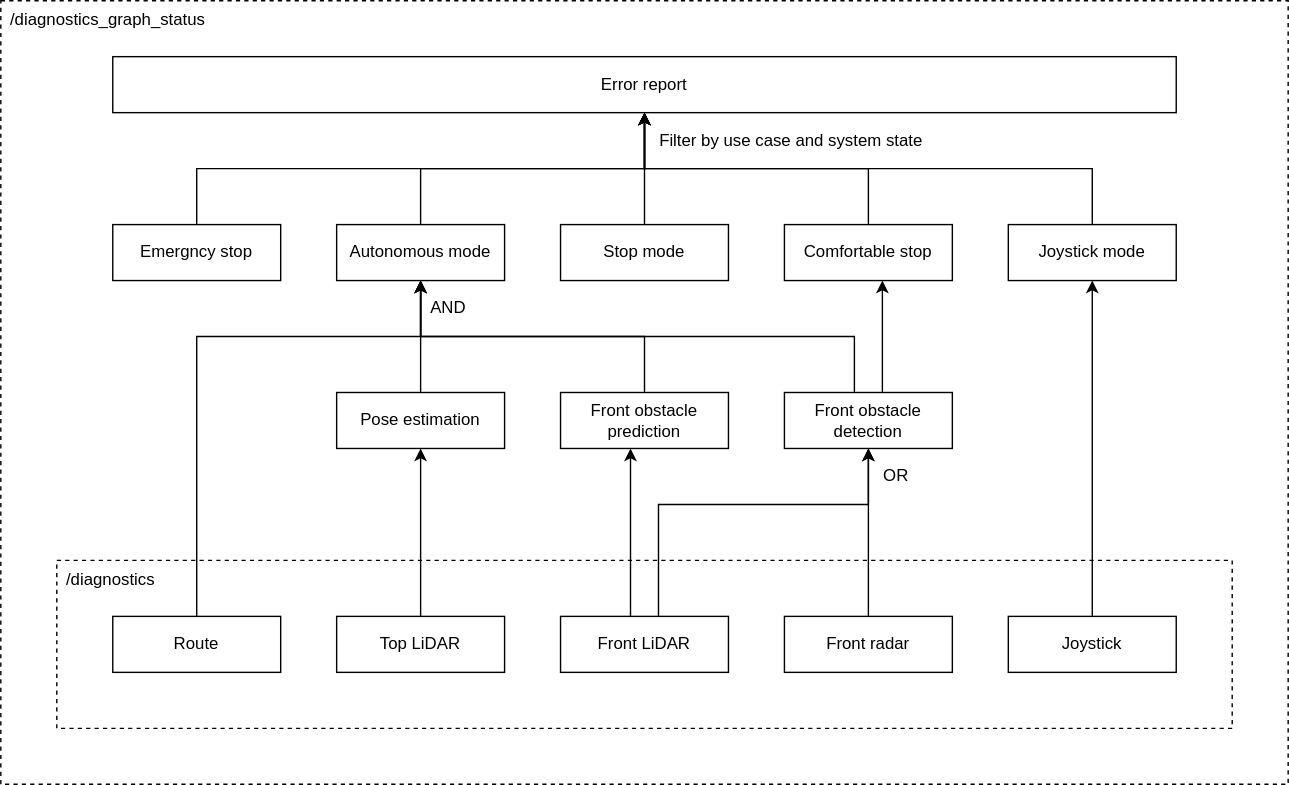
The draw.io diagram main/system/system_diagnostic_graph/doc/overview.drawio.svg in airacingtech/autoware.universe, before a commit. Source tidied: cells renumbered, new cells last; positions are measured from the earlier drawing's top-left corner, leaving out a move shared by most shapes. Its diagram source:
```xml
<mxGraphModel>
  <root>
    <mxCell id="0" />
    <mxCell id="1" parent="0" />
    <mxCell id="2" value="/diagnostics_graph_status" style="rounded=0;whiteSpace=wrap;html=1;align=left;verticalAlign=top;spacingLeft=5;dashed=1;" parent="1" vertex="1">
      <mxGeometry width="920" height="560" as="geometry" />
    </mxCell>
    <mxCell id="3" value="/diagnostics" style="rounded=0;whiteSpace=wrap;html=1;align=left;verticalAlign=top;spacingLeft=5;dashed=1;" parent="1" vertex="1">
      <mxGeometry x="40" y="400" width="840" height="120" as="geometry" />
    </mxCell>
    <mxCell id="4" style="edgeStyle=orthogonalEdgeStyle;rounded=0;jettySize=auto;html=1;" parent="1" edge="1" source="5" target="13">
      <mxGeometry relative="1" as="geometry">
        <Array as="points">
          <mxPoint x="300" y="390" />
          <mxPoint x="300" y="390" />
        </Array>
      </mxGeometry>
    </mxCell>
    <mxCell id="5" value="Top LiDAR" style="rounded=0;whiteSpace=wrap;html=1;" parent="1" vertex="1">
      <mxGeometry x="240" y="440" width="120" height="40" as="geometry" />
    </mxCell>
    <mxCell id="6" style="edgeStyle=orthogonalEdgeStyle;rounded=0;jettySize=auto;html=1;" parent="1" edge="1" source="8" target="11">
      <mxGeometry relative="1" as="geometry">
        <Array as="points">
          <mxPoint x="470" y="360" />
          <mxPoint x="620" y="360" />
        </Array>
      </mxGeometry>
    </mxCell>
    <mxCell id="7" style="edgeStyle=orthogonalEdgeStyle;rounded=0;jettySize=auto;html=1;" parent="1" edge="1" source="8" target="36">
      <mxGeometry relative="1" as="geometry">
        <Array as="points">
          <mxPoint x="450" y="360" />
          <mxPoint x="450" y="360" />
        </Array>
      </mxGeometry>
    </mxCell>
    <mxCell id="8" value="Front LiDAR" style="rounded=0;whiteSpace=wrap;html=1;" parent="1" vertex="1">
      <mxGeometry x="400" y="440" width="120" height="40" as="geometry" />
    </mxCell>
    <mxCell id="9" style="edgeStyle=orthogonalEdgeStyle;rounded=0;jettySize=auto;html=1;" parent="1" edge="1" source="11" target="15">
      <mxGeometry relative="1" as="geometry">
        <Array as="points">
          <mxPoint x="610" y="240" />
          <mxPoint x="300" y="240" />
        </Array>
      </mxGeometry>
    </mxCell>
    <mxCell id="10" style="edgeStyle=orthogonalEdgeStyle;rounded=0;jettySize=auto;html=1;" parent="1" edge="1" source="11" target="17">
      <mxGeometry relative="1" as="geometry">
        <Array as="points">
          <mxPoint x="630" y="240" />
          <mxPoint x="630" y="240" />
        </Array>
      </mxGeometry>
    </mxCell>
    <mxCell id="11" value="Front obstacle detection" style="rounded=0;whiteSpace=wrap;html=1;" parent="1" vertex="1">
      <mxGeometry x="560" y="280" width="120" height="40" as="geometry" />
    </mxCell>
    <mxCell id="12" style="edgeStyle=orthogonalEdgeStyle;rounded=0;jettySize=auto;html=1;" parent="1" edge="1" source="13" target="15">
      <mxGeometry relative="1" as="geometry">
        <Array as="points">
          <mxPoint x="300" y="220" />
          <mxPoint x="300" y="220" />
        </Array>
      </mxGeometry>
    </mxCell>
    <mxCell id="13" value="Pose estimation" style="rounded=0;whiteSpace=wrap;html=1;" parent="1" vertex="1">
      <mxGeometry x="240" y="280" width="120" height="40" as="geometry" />
    </mxCell>
    <mxCell id="14" style="edgeStyle=orthogonalEdgeStyle;rounded=0;jettySize=auto;html=1;" parent="1" edge="1" source="15" target="31">
      <mxGeometry relative="1" as="geometry" />
    </mxCell>
    <mxCell id="15" value="Autonomous mode" style="rounded=0;whiteSpace=wrap;html=1;" parent="1" vertex="1">
      <mxGeometry x="240" y="160" width="120" height="40" as="geometry" />
    </mxCell>
    <mxCell id="16" style="edgeStyle=orthogonalEdgeStyle;rounded=0;jettySize=auto;html=1;" parent="1" edge="1" source="17" target="31">
      <mxGeometry relative="1" as="geometry" />
    </mxCell>
    <mxCell id="17" value="Comfortable stop" style="rounded=0;whiteSpace=wrap;html=1;" parent="1" vertex="1">
      <mxGeometry x="560" y="160" width="120" height="40" as="geometry" />
    </mxCell>
    <mxCell id="18" style="edgeStyle=orthogonalEdgeStyle;rounded=0;jettySize=auto;html=1;" parent="1" edge="1" source="19" target="31">
      <mxGeometry relative="1" as="geometry" />
    </mxCell>
    <mxCell id="19" value="Emergncy stop" style="rounded=0;whiteSpace=wrap;html=1;" parent="1" vertex="1">
      <mxGeometry x="80" y="160" width="120" height="40" as="geometry" />
    </mxCell>
    <mxCell id="20" style="edgeStyle=orthogonalEdgeStyle;rounded=0;jettySize=auto;html=1;" parent="1" edge="1" source="21" target="15">
      <mxGeometry relative="1" as="geometry">
        <Array as="points">
          <mxPoint x="140" y="240" />
          <mxPoint x="300" y="240" />
        </Array>
      </mxGeometry>
    </mxCell>
    <mxCell id="21" value="Route" style="rounded=0;whiteSpace=wrap;html=1;" parent="1" vertex="1">
      <mxGeometry x="80" y="440" width="120" height="40" as="geometry" />
    </mxCell>
    <mxCell id="22" style="edgeStyle=orthogonalEdgeStyle;rounded=0;jettySize=auto;html=1;" parent="1" edge="1" source="23" target="31">
      <mxGeometry relative="1" as="geometry" />
    </mxCell>
    <mxCell id="23" value="Joystick mode" style="rounded=0;whiteSpace=wrap;html=1;" parent="1" vertex="1">
      <mxGeometry x="720" y="160" width="120" height="40" as="geometry" />
    </mxCell>
    <mxCell id="24" style="edgeStyle=orthogonalEdgeStyle;rounded=0;jettySize=auto;html=1;" parent="1" edge="1" source="25" target="23">
      <mxGeometry relative="1" as="geometry" />
    </mxCell>
    <mxCell id="25" value="Joystick" style="rounded=0;whiteSpace=wrap;html=1;" parent="1" vertex="1">
      <mxGeometry x="720" y="440" width="120" height="40" as="geometry" />
    </mxCell>
    <mxCell id="26" value="AND" style="text;html=1;strokeColor=none;fillColor=none;align=center;verticalAlign=middle;whiteSpace=wrap;rounded=0;" parent="1" vertex="1">
      <mxGeometry x="300" y="210" width="40" height="20" as="geometry" />
    </mxCell>
    <mxCell id="27" style="edgeStyle=orthogonalEdgeStyle;rounded=0;jettySize=auto;html=1;strokeColor=none;" parent="1" edge="1" target="15">
      <mxGeometry relative="1" as="geometry">
        <mxPoint x="300" y="70" as="sourcePoint" />
        <Array as="points">
          <mxPoint x="300" y="100" />
          <mxPoint x="300" y="100" />
        </Array>
      </mxGeometry>
    </mxCell>
    <mxCell id="28" value="Filter by use case and system state" style="text;html=1;strokeColor=none;fillColor=none;align=center;verticalAlign=middle;whiteSpace=wrap;rounded=0;" parent="1" vertex="1">
      <mxGeometry x="460" y="90" width="210" height="20" as="geometry" />
    </mxCell>
    <mxCell id="29" style="edgeStyle=orthogonalEdgeStyle;rounded=0;jettySize=auto;html=1;" parent="1" edge="1" source="30" target="31">
      <mxGeometry relative="1" as="geometry" />
    </mxCell>
    <mxCell id="30" value="Stop mode" style="rounded=0;whiteSpace=wrap;html=1;" parent="1" vertex="1">
      <mxGeometry x="400" y="160" width="120" height="40" as="geometry" />
    </mxCell>
    <mxCell id="31" value="Error report" style="rounded=0;whiteSpace=wrap;html=1;" parent="1" vertex="1">
      <mxGeometry x="80" y="40" width="760" height="40" as="geometry" />
    </mxCell>
    <mxCell id="32" style="edgeStyle=orthogonalEdgeStyle;rounded=0;jettySize=auto;html=1;" parent="1" edge="1" source="33" target="11">
      <mxGeometry relative="1" as="geometry">
        <Array as="points">
          <mxPoint x="620" y="330" />
          <mxPoint x="620" y="330" />
        </Array>
      </mxGeometry>
    </mxCell>
    <mxCell id="33" value="Front&amp;nbsp;radar" style="rounded=0;whiteSpace=wrap;html=1;" parent="1" vertex="1">
      <mxGeometry x="560" y="440" width="120" height="40" as="geometry" />
    </mxCell>
    <mxCell id="34" value="OR" style="text;html=1;strokeColor=none;fillColor=none;align=center;verticalAlign=middle;whiteSpace=wrap;rounded=0;" parent="1" vertex="1">
      <mxGeometry x="620" y="330" width="40" height="20" as="geometry" />
    </mxCell>
    <mxCell id="35" style="edgeStyle=orthogonalEdgeStyle;rounded=0;jettySize=auto;html=1;" parent="1" edge="1" source="36" target="15">
      <mxGeometry relative="1" as="geometry">
        <Array as="points">
          <mxPoint x="460" y="240" />
          <mxPoint x="300" y="240" />
        </Array>
      </mxGeometry>
    </mxCell>
    <mxCell id="36" value="Front obstacle prediction" style="rounded=0;whiteSpace=wrap;html=1;" parent="1" vertex="1">
      <mxGeometry x="400" y="280" width="120" height="40" as="geometry" />
    </mxCell>
  </root>
</mxGraphModel>
```
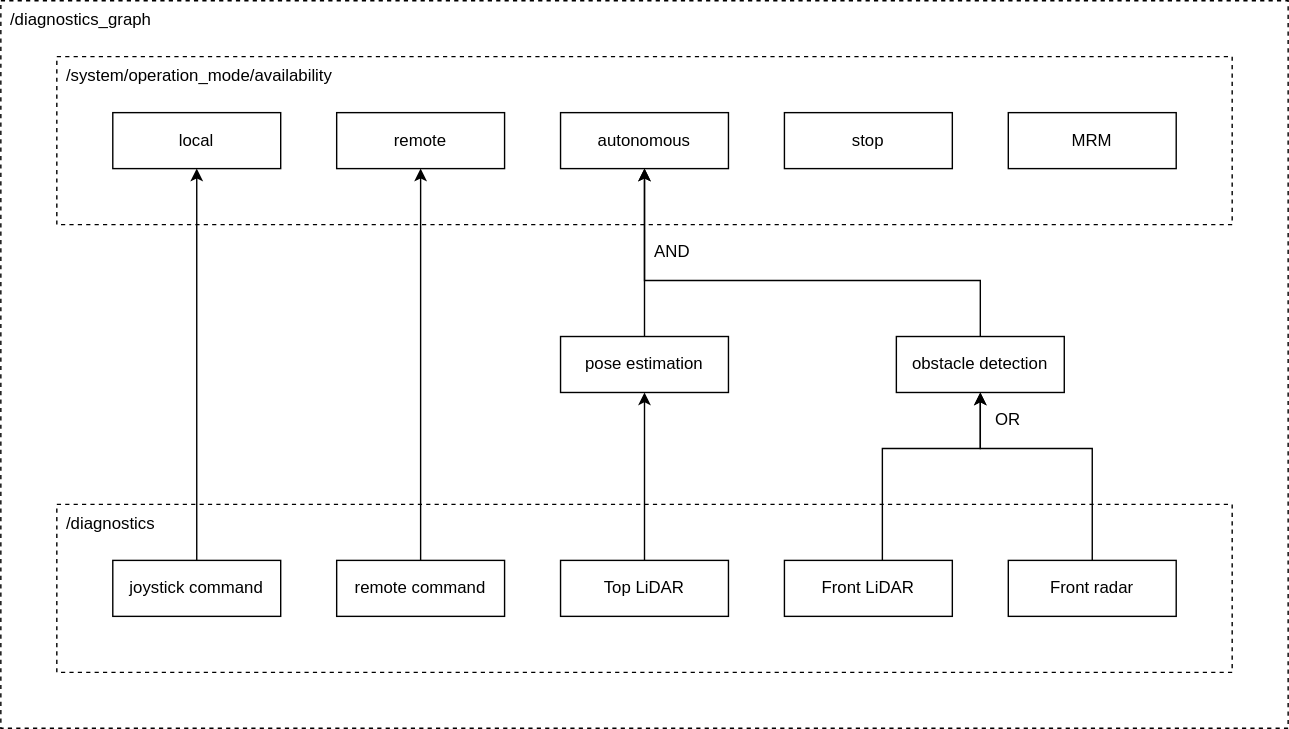
After the change.

Change to the diagram source:
```diff
@@ -2,161 +2,111 @@
   <root>
     <mxCell id="0" />
     <mxCell id="1" parent="0" />
-    <mxCell id="2" value="/diagnostics_graph_status" style="rounded=0;whiteSpace=wrap;html=1;align=left;verticalAlign=top;spacingLeft=5;dashed=1;" parent="1" vertex="1">
-      <mxGeometry width="920" height="560" as="geometry" />
+    <mxCell id="2" value="/diagnostics_graph" style="rounded=0;whiteSpace=wrap;html=1;align=left;verticalAlign=top;spacingLeft=5;dashed=1;" parent="1" vertex="1">
+      <mxGeometry width="920" height="520" as="geometry" />
     </mxCell>
+    <mxCell id="37" value="/system/operation_mode/availability" style="rounded=0;whiteSpace=wrap;html=1;align=left;verticalAlign=top;spacingLeft=5;dashed=1;" parent="1" vertex="1">
+      <mxGeometry x="40" y="40" width="840" height="120" as="geometry" />
+    </mxCell>
     <mxCell id="3" value="/diagnostics" style="rounded=0;whiteSpace=wrap;html=1;align=left;verticalAlign=top;spacingLeft=5;dashed=1;" parent="1" vertex="1">
-      <mxGeometry x="40" y="400" width="840" height="120" as="geometry" />
+      <mxGeometry x="40" y="360" width="840" height="120" as="geometry" />
     </mxCell>
     <mxCell id="4" style="edgeStyle=orthogonalEdgeStyle;rounded=0;jettySize=auto;html=1;" parent="1" edge="1" source="5" target="13">
       <mxGeometry relative="1" as="geometry">
         <Array as="points">
-          <mxPoint x="300" y="390" />
-          <mxPoint x="300" y="390" />
+          <mxPoint x="460" y="340" />
+          <mxPoint x="460" y="340" />
         </Array>
       </mxGeometry>
     </mxCell>
     <mxCell id="5" value="Top LiDAR" style="rounded=0;whiteSpace=wrap;html=1;" parent="1" vertex="1">
-      <mxGeometry x="240" y="440" width="120" height="40" as="geometry" />
+      <mxGeometry x="400" y="400" width="120" height="40" as="geometry" />
     </mxCell>
     <mxCell id="6" style="edgeStyle=orthogonalEdgeStyle;rounded=0;jettySize=auto;html=1;" parent="1" edge="1" source="8" target="11">
       <mxGeometry relative="1" as="geometry">
         <Array as="points">
-          <mxPoint x="470" y="360" />
-          <mxPoint x="620" y="360" />
+          <mxPoint x="630" y="320" />
+          <mxPoint x="700" y="320" />
         </Array>
       </mxGeometry>
     </mxCell>
-    <mxCell id="7" style="edgeStyle=orthogonalEdgeStyle;rounded=0;jettySize=auto;html=1;" parent="1" edge="1" source="8" target="36">
-      <mxGeometry relative="1" as="geometry">
-        <Array as="points">
-          <mxPoint x="450" y="360" />
-          <mxPoint x="450" y="360" />
-        </Array>
-      </mxGeometry>
-    </mxCell>
     <mxCell id="8" value="Front LiDAR" style="rounded=0;whiteSpace=wrap;html=1;" parent="1" vertex="1">
-      <mxGeometry x="400" y="440" width="120" height="40" as="geometry" />
+      <mxGeometry x="560" y="400" width="120" height="40" as="geometry" />
     </mxCell>
     <mxCell id="9" style="edgeStyle=orthogonalEdgeStyle;rounded=0;jettySize=auto;html=1;" parent="1" edge="1" source="11" target="15">
       <mxGeometry relative="1" as="geometry">
         <Array as="points">
-          <mxPoint x="610" y="240" />
-          <mxPoint x="300" y="240" />
+          <mxPoint x="700" y="200" />
+          <mxPoint x="460" y="200" />
         </Array>
       </mxGeometry>
     </mxCell>
-    <mxCell id="10" style="edgeStyle=orthogonalEdgeStyle;rounded=0;jettySize=auto;html=1;" parent="1" edge="1" source="11" target="17">
-      <mxGeometry relative="1" as="geometry">
-        <Array as="points">
-          <mxPoint x="630" y="240" />
-          <mxPoint x="630" y="240" />
-        </Array>
-      </mxGeometry>
-    </mxCell>
-    <mxCell id="11" value="Front obstacle detection" style="rounded=0;whiteSpace=wrap;html=1;" parent="1" vertex="1">
-      <mxGeometry x="560" y="280" width="120" height="40" as="geometry" />
+    <mxCell id="11" value="obstacle detection" style="rounded=0;whiteSpace=wrap;html=1;" parent="1" vertex="1">
+      <mxGeometry x="640" y="240" width="120" height="40" as="geometry" />
     </mxCell>
     <mxCell id="12" style="edgeStyle=orthogonalEdgeStyle;rounded=0;jettySize=auto;html=1;" parent="1" edge="1" source="13" target="15">
       <mxGeometry relative="1" as="geometry">
         <Array as="points">
-          <mxPoint x="300" y="220" />
-          <mxPoint x="300" y="220" />
+          <mxPoint x="460" y="160" />
+          <mxPoint x="460" y="160" />
         </Array>
       </mxGeometry>
     </mxCell>
-    <mxCell id="13" value="Pose estimation" style="rounded=0;whiteSpace=wrap;html=1;" parent="1" vertex="1">
-      <mxGeometry x="240" y="280" width="120" height="40" as="geometry" />
+    <mxCell id="13" value="pose estimation" style="rounded=0;whiteSpace=wrap;html=1;" parent="1" vertex="1">
+      <mxGeometry x="400" y="240" width="120" height="40" as="geometry" />
     </mxCell>
-    <mxCell id="14" style="edgeStyle=orthogonalEdgeStyle;rounded=0;jettySize=auto;html=1;" parent="1" edge="1" source="15" target="31">
-      <mxGeometry relative="1" as="geometry" />
-    </mxCell>
-    <mxCell id="15" value="Autonomous mode" style="rounded=0;whiteSpace=wrap;html=1;" parent="1" vertex="1">
-      <mxGeometry x="240" y="160" width="120" height="40" as="geometry" />
+    <mxCell id="15" value="autonomous" style="rounded=0;whiteSpace=wrap;html=1;" parent="1" vertex="1">
+      <mxGeometry x="400" y="80" width="120" height="40" as="geometry" />
     </mxCell>
-    <mxCell id="16" style="edgeStyle=orthogonalEdgeStyle;rounded=0;jettySize=auto;html=1;" parent="1" edge="1" source="17" target="31">
-      <mxGeometry relative="1" as="geometry" />
-    </mxCell>
-    <mxCell id="17" value="Comfortable stop" style="rounded=0;whiteSpace=wrap;html=1;" parent="1" vertex="1">
-      <mxGeometry x="560" y="160" width="120" height="40" as="geometry" />
-    </mxCell>
-    <mxCell id="18" style="edgeStyle=orthogonalEdgeStyle;rounded=0;jettySize=auto;html=1;" parent="1" edge="1" source="19" target="31">
-      <mxGeometry relative="1" as="geometry" />
-    </mxCell>
-    <mxCell id="19" value="Emergncy stop" style="rounded=0;whiteSpace=wrap;html=1;" parent="1" vertex="1">
-      <mxGeometry x="80" y="160" width="120" height="40" as="geometry" />
+    <mxCell id="19" value="remote" style="rounded=0;whiteSpace=wrap;html=1;" parent="1" vertex="1">
+      <mxGeometry x="240" y="80" width="120" height="40" as="geometry" />
     </mxCell>
-    <mxCell id="20" style="edgeStyle=orthogonalEdgeStyle;rounded=0;jettySize=auto;html=1;" parent="1" edge="1" source="21" target="15">
-      <mxGeometry relative="1" as="geometry">
-        <Array as="points">
-          <mxPoint x="140" y="240" />
-          <mxPoint x="300" y="240" />
-        </Array>
-      </mxGeometry>
-    </mxCell>
+    <mxCell id="38" style="edgeStyle=orthogonalEdgeStyle;rounded=0;html=1;" parent="1" edge="1" source="21" target="19">
+      <mxGeometry relative="1" as="geometry" />
+    </mxCell>
-    <mxCell id="21" value="Route" style="rounded=0;whiteSpace=wrap;html=1;" parent="1" vertex="1">
-      <mxGeometry x="80" y="440" width="120" height="40" as="geometry" />
+    <mxCell id="21" value="remote command" style="rounded=0;whiteSpace=wrap;html=1;" parent="1" vertex="1">
+      <mxGeometry x="240" y="400" width="120" height="40" as="geometry" />
     </mxCell>
-    <mxCell id="22" style="edgeStyle=orthogonalEdgeStyle;rounded=0;jettySize=auto;html=1;" parent="1" edge="1" source="23" target="31">
-      <mxGeometry relative="1" as="geometry" />
-    </mxCell>
-    <mxCell id="23" value="Joystick mode" style="rounded=0;whiteSpace=wrap;html=1;" parent="1" vertex="1">
-      <mxGeometry x="720" y="160" width="120" height="40" as="geometry" />
+    <mxCell id="23" value="local" style="rounded=0;whiteSpace=wrap;html=1;" parent="1" vertex="1">
+      <mxGeometry x="80" y="80" width="120" height="40" as="geometry" />
     </mxCell>
     <mxCell id="24" style="edgeStyle=orthogonalEdgeStyle;rounded=0;jettySize=auto;html=1;" parent="1" edge="1" source="25" target="23">
       <mxGeometry relative="1" as="geometry" />
     </mxCell>
-    <mxCell id="25" value="Joystick" style="rounded=0;whiteSpace=wrap;html=1;" parent="1" vertex="1">
-      <mxGeometry x="720" y="440" width="120" height="40" as="geometry" />
+    <mxCell id="25" value="joystick command" style="rounded=0;whiteSpace=wrap;html=1;" parent="1" vertex="1">
+      <mxGeometry x="80" y="400" width="120" height="40" as="geometry" />
     </mxCell>
     <mxCell id="26" value="AND" style="text;html=1;strokeColor=none;fillColor=none;align=center;verticalAlign=middle;whiteSpace=wrap;rounded=0;" parent="1" vertex="1">
-      <mxGeometry x="300" y="210" width="40" height="20" as="geometry" />
+      <mxGeometry x="460" y="170" width="40" height="20" as="geometry" />
     </mxCell>
     <mxCell id="27" style="edgeStyle=orthogonalEdgeStyle;rounded=0;jettySize=auto;html=1;strokeColor=none;" parent="1" edge="1" target="15">
       <mxGeometry relative="1" as="geometry">
-        <mxPoint x="300" y="70" as="sourcePoint" />
+        <mxPoint x="460" y="30" as="sourcePoint" />
         <Array as="points">
-          <mxPoint x="300" y="100" />
-          <mxPoint x="300" y="100" />
+          <mxPoint x="460" y="60" />
+          <mxPoint x="460" y="60" />
         </Array>
       </mxGeometry>
     </mxCell>
-    <mxCell id="28" value="Filter by use case and system state" style="text;html=1;strokeColor=none;fillColor=none;align=center;verticalAlign=middle;whiteSpace=wrap;rounded=0;" parent="1" vertex="1">
-      <mxGeometry x="460" y="90" width="210" height="20" as="geometry" />
-    </mxCell>
-    <mxCell id="29" style="edgeStyle=orthogonalEdgeStyle;rounded=0;jettySize=auto;html=1;" parent="1" edge="1" source="30" target="31">
-      <mxGeometry relative="1" as="geometry" />
-    </mxCell>
-    <mxCell id="30" value="Stop mode" style="rounded=0;whiteSpace=wrap;html=1;" parent="1" vertex="1">
-      <mxGeometry x="400" y="160" width="120" height="40" as="geometry" />
+    <mxCell id="30" value="stop" style="rounded=0;whiteSpace=wrap;html=1;" parent="1" vertex="1">
+      <mxGeometry x="560" y="80" width="120" height="40" as="geometry" />
     </mxCell>
-    <mxCell id="31" value="Error report" style="rounded=0;whiteSpace=wrap;html=1;" parent="1" vertex="1">
-      <mxGeometry x="80" y="40" width="760" height="40" as="geometry" />
-    </mxCell>
     <mxCell id="32" style="edgeStyle=orthogonalEdgeStyle;rounded=0;jettySize=auto;html=1;" parent="1" edge="1" source="33" target="11">
       <mxGeometry relative="1" as="geometry">
         <Array as="points">
-          <mxPoint x="620" y="330" />
-          <mxPoint x="620" y="330" />
+          <mxPoint x="780" y="320" />
+          <mxPoint x="700" y="320" />
         </Array>
       </mxGeometry>
     </mxCell>
     <mxCell id="33" value="Front&amp;nbsp;radar" style="rounded=0;whiteSpace=wrap;html=1;" parent="1" vertex="1">
-      <mxGeometry x="560" y="440" width="120" height="40" as="geometry" />
+      <mxGeometry x="720" y="400" width="120" height="40" as="geometry" />
     </mxCell>
     <mxCell id="34" value="OR" style="text;html=1;strokeColor=none;fillColor=none;align=center;verticalAlign=middle;whiteSpace=wrap;rounded=0;" parent="1" vertex="1">
-      <mxGeometry x="620" y="330" width="40" height="20" as="geometry" />
+      <mxGeometry x="700" y="290" width="40" height="20" as="geometry" />
     </mxCell>
-    <mxCell id="35" style="edgeStyle=orthogonalEdgeStyle;rounded=0;jettySize=auto;html=1;" parent="1" edge="1" source="36" target="15">
-      <mxGeometry relative="1" as="geometry">
-        <Array as="points">
-          <mxPoint x="460" y="240" />
-          <mxPoint x="300" y="240" />
-        </Array>
-      </mxGeometry>
-    </mxCell>
-    <mxCell id="36" value="Front obstacle prediction" style="rounded=0;whiteSpace=wrap;html=1;" parent="1" vertex="1">
-      <mxGeometry x="400" y="280" width="120" height="40" as="geometry" />
-    </mxCell>
+    <mxCell id="39" value="MRM" style="rounded=0;whiteSpace=wrap;html=1;" parent="1" vertex="1">
+      <mxGeometry x="720" y="80" width="120" height="40" as="geometry" />
+    </mxCell>
   </root>
 </mxGraphModel>
```
